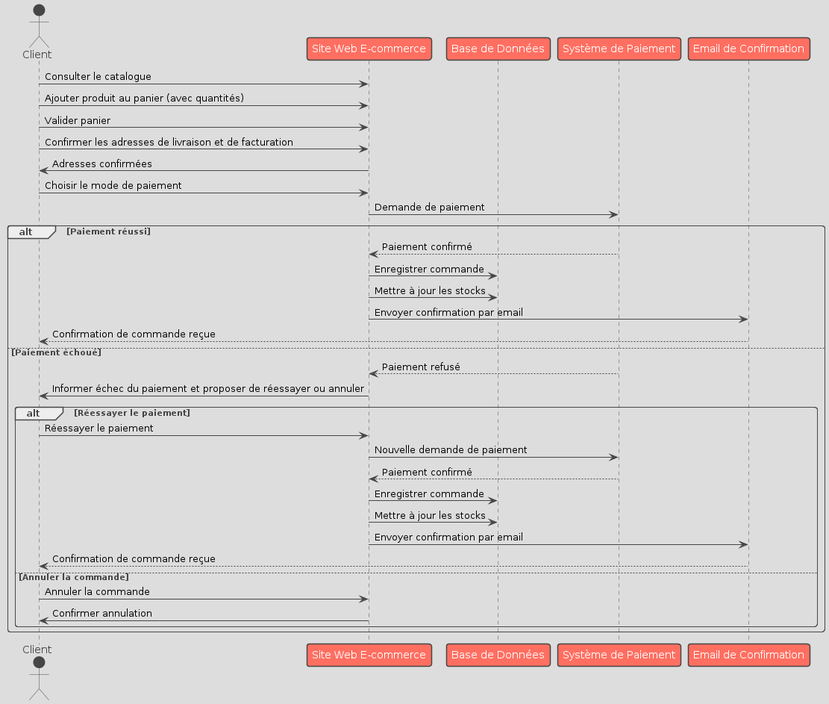
This is Filrouge/diagramme_sequence.png from clemence95/CDA24178, a PlantUML export, as it was before one commit. Its diagram source:
```plantuml
@startuml
!theme toy
actor Client
participant "Site Web E-commerce" as SW
participant "Base de Données" as BD
participant "Système de Paiement" as SP
participant "Email de Confirmation" as EC

Client -> SW: Consulter le catalogue
Client -> SW: Ajouter produit au panier (avec quantités)
Client -> SW: Valider panier
Client -> SW: Confirmer les adresses de livraison et de facturation
SW -> Client: Adresses confirmées
Client -> SW: Choisir le mode de paiement
SW -> SP: Demande de paiement
alt Paiement réussi
    SP --> SW: Paiement confirmé
    SW -> BD: Enregistrer commande
    SW -> BD: Mettre à jour les stocks
    SW -> EC: Envoyer confirmation par email
    EC --> Client: Confirmation de commande reçue
else Paiement échoué
    SP --> SW: Paiement refusé
    SW -> Client: Informer échec du paiement et proposer de réessayer ou annuler
    alt Réessayer le paiement
        Client -> SW: Réessayer le paiement
        SW -> SP: Nouvelle demande de paiement
        SP --> SW: Paiement confirmé
        SW -> BD: Enregistrer commande
        SW -> BD: Mettre à jour les stocks
        SW -> EC: Envoyer confirmation par email
        EC --> Client: Confirmation de commande reçue
    else Annuler la commande
        Client -> SW: Annuler la commande
        SW -> Client: Confirmer annulation
    end
end
@enduml
```
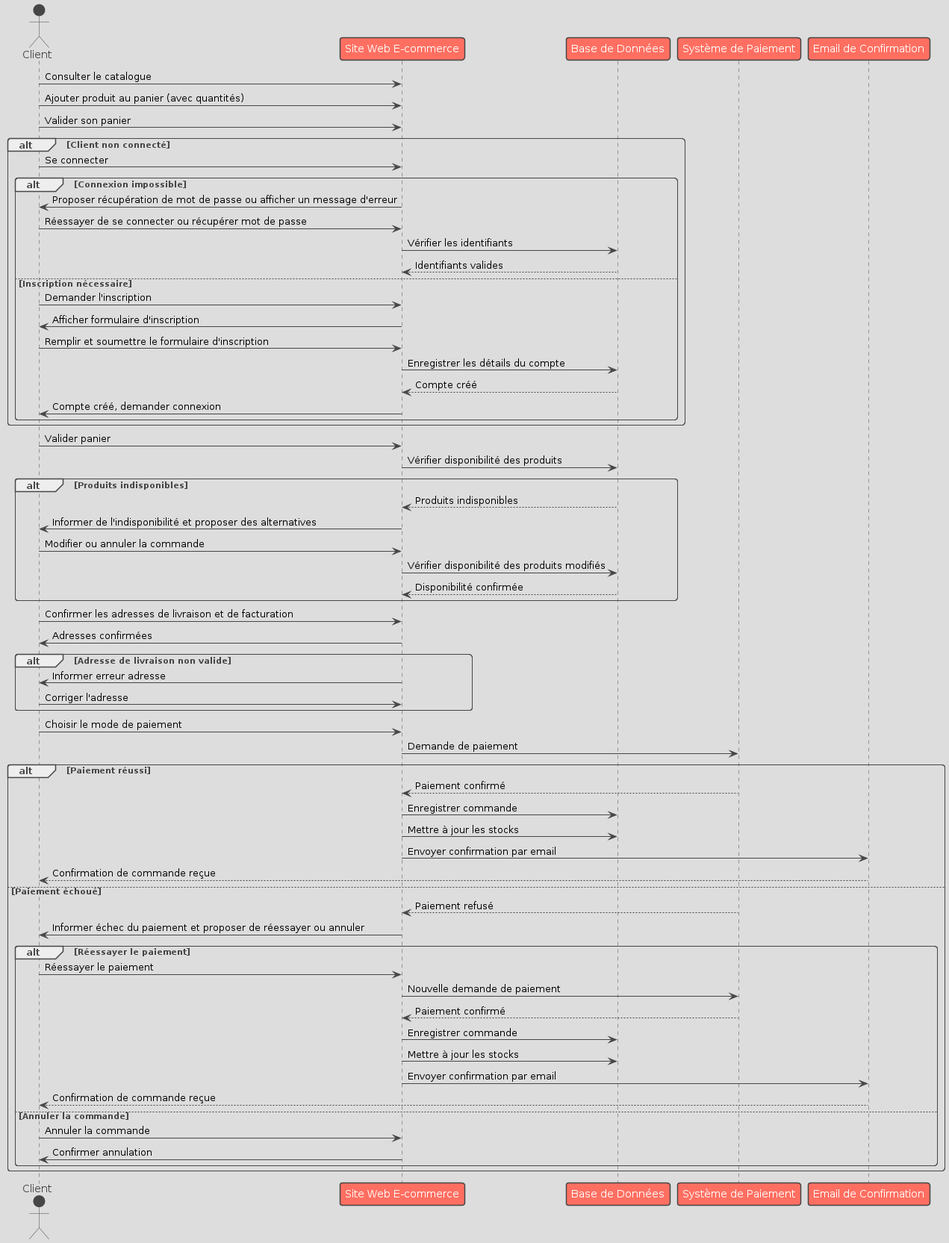
The same diagram one commit later.

Diff of the diagram source:
```diff
@@ -8,9 +8,38 @@
 
 Client -> SW: Consulter le catalogue
 Client -> SW: Ajouter produit au panier (avec quantités)
+Client -> SW: Valider son panier
+alt Client non connecté
+    Client -> SW: Se connecter
+    alt Connexion impossible
+        SW -> Client: Proposer récupération de mot de passe ou afficher un message d'erreur
+        Client -> SW: Réessayer de se connecter ou récupérer mot de passe
+        SW -> BD: Vérifier les identifiants
+        BD --> SW: Identifiants valides
+    else Inscription nécessaire
+        Client -> SW: Demander l'inscription
+        SW -> Client: Afficher formulaire d'inscription
+        Client -> SW: Remplir et soumettre le formulaire d'inscription
+        SW -> BD: Enregistrer les détails du compte
+        BD --> SW: Compte créé
+        SW -> Client: Compte créé, demander connexion
+    end
+end
 Client -> SW: Valider panier
+SW -> BD: Vérifier disponibilité des produits
+alt Produits indisponibles
+    BD --> SW: Produits indisponibles
+    SW -> Client: Informer de l'indisponibilité et proposer des alternatives
+    Client -> SW: Modifier ou annuler la commande
+    SW -> BD: Vérifier disponibilité des produits modifiés
+    BD --> SW: Disponibilité confirmée
+end
 Client -> SW: Confirmer les adresses de livraison et de facturation
 SW -> Client: Adresses confirmées
+alt Adresse de livraison non valide
+    SW -> Client: Informer erreur adresse
+    Client -> SW: Corriger l'adresse
+end
 Client -> SW: Choisir le mode de paiement
 SW -> SP: Demande de paiement
 alt Paiement réussi
```
